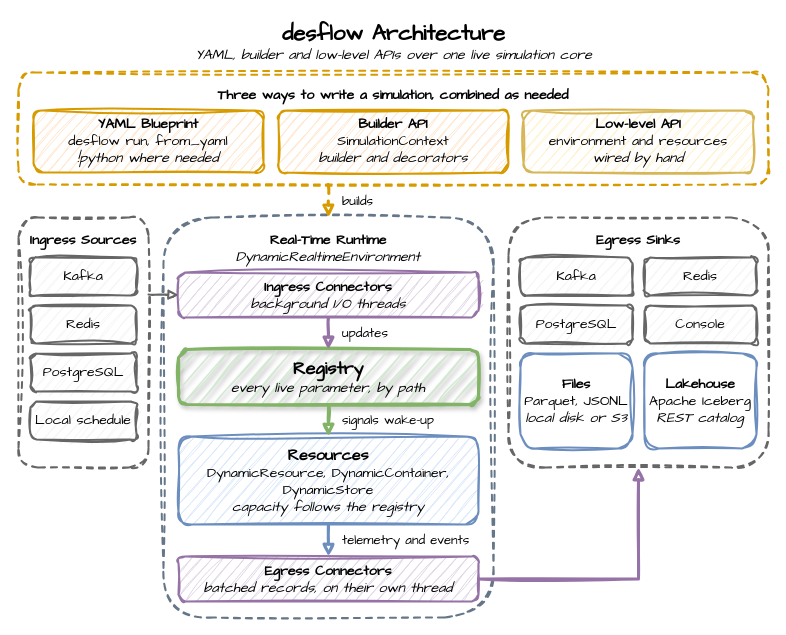
Before: docs/assets/diagrams/architecture.drawio in jaehyeon-kim/desflow, a draw.io diagram. Source tidied: cells renumbered, new cells numbered last; positions are measured from the earlier drawing's top-left corner, leaving out a move shared by most shapes. Both pictures are drawn from the tidied source at 100%, with x=0, y=0 at pixel (18, 17).
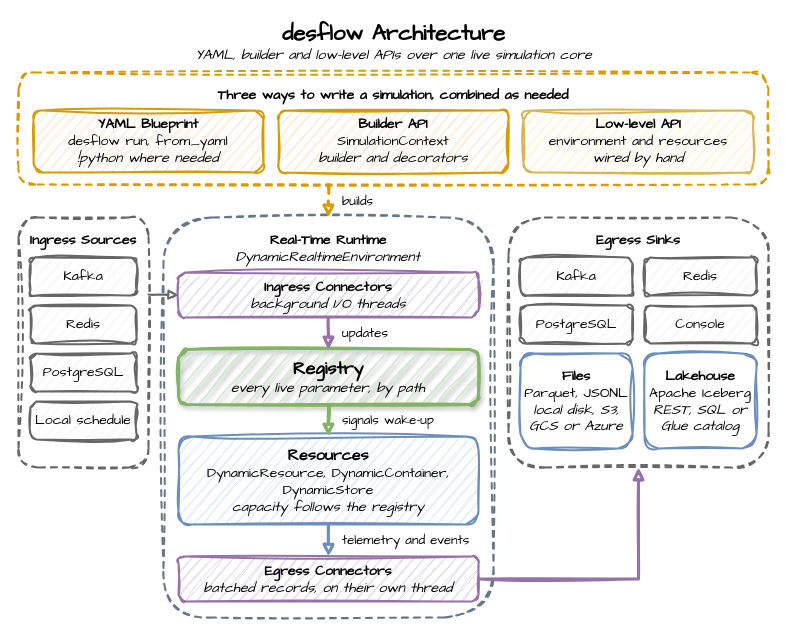
Above is the later version.

What changed in the source:
```diff
@@
-    <mxCell id="22" value="&lt;b&gt;Files&lt;/b&gt;&lt;br&gt;Parquet, JSONL&lt;br&gt;&lt;i&gt;local disk or S3&lt;/i&gt;" style="rounded=1;whiteSpace=wrap;html=1;sketch=1;curveFitting=1;jiggle=2;fontFamily=Comic Sans MS;fontSize=14;strokeWidth=2;fillColor=#ffffff;strokeColor=#6c8ebf;" parent="1" vertex="1">
+    <mxCell id="22" value="&lt;b&gt;Files&lt;/b&gt;&lt;br&gt;Parquet, JSONL&lt;br&gt;&lt;i&gt;local disk, S3, GCS or Azure&lt;/i&gt;" style="rounded=1;whiteSpace=wrap;html=1;sketch=1;curveFitting=1;jiggle=2;fontFamily=Comic Sans MS;fontSize=14;strokeWidth=2;fillColor=#ffffff;strokeColor=#6c8ebf;" parent="1" vertex="1">
       <mxGeometry x="502" y="336" width="112" height="95" as="geometry" />
     </mxCell>
-    <mxCell id="23" value="&lt;b&gt;Lakehouse&lt;/b&gt;&lt;br&gt;Apache Iceberg&lt;br&gt;&lt;i&gt;REST catalog&lt;/i&gt;" style="rounded=1;whiteSpace=wrap;html=1;sketch=1;curveFitting=1;jiggle=2;fontFamily=Comic Sans MS;fontSize=14;strokeWidth=2;fillColor=#ffffff;strokeColor=#6c8ebf;" parent="1" vertex="1">
+    <mxCell id="23" value="&lt;b&gt;Lakehouse&lt;/b&gt;&lt;br&gt;Apache Iceberg&lt;br&gt;&lt;i&gt;REST, SQL or Glue catalog&lt;/i&gt;" style="rounded=1;whiteSpace=wrap;html=1;sketch=1;curveFitting=1;jiggle=2;fontFamily=Comic Sans MS;fontSize=14;strokeWidth=2;fillColor=#ffffff;strokeColor=#6c8ebf;" parent="1" vertex="1">
       <mxGeometry x="626" y="336" width="112" height="95" as="geometry" />
     </mxCell>
```
